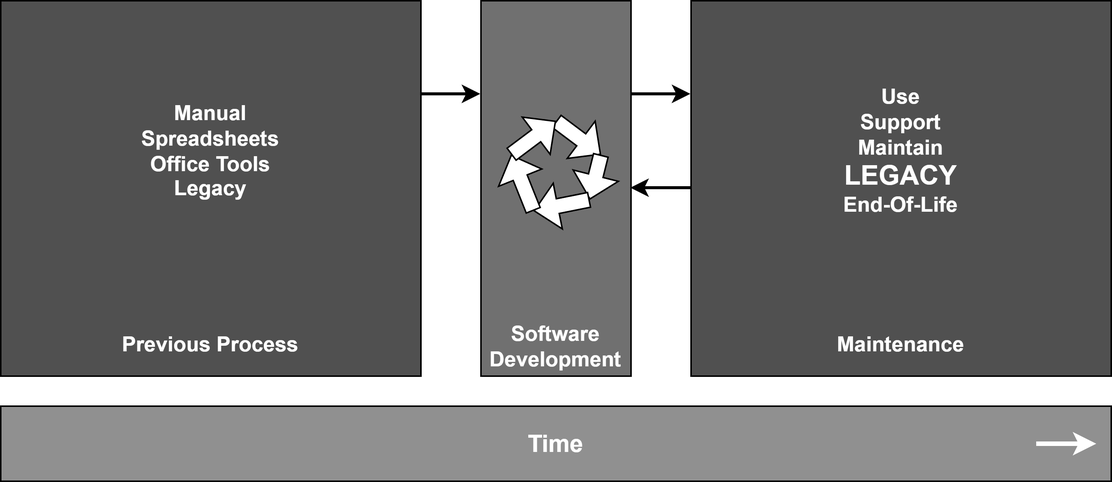
The draw.io diagram figures/annett2019-lifecycle.png in andygruber/master-thesis-mcce, before a commit. Source tidied: cells renumbered, new cells last; positions are measured from the earlier drawing's top-left corner, leaving out a move shared by most shapes.
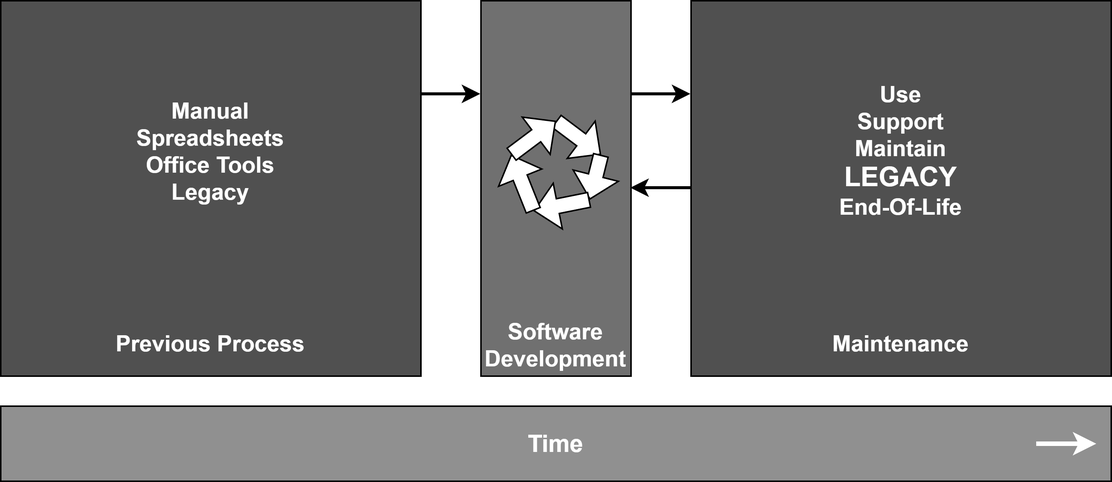
After the commit.

What changed in the source:
```diff
@@ -2,13 +2,13 @@
   <root>
     <mxCell id="0" />
     <mxCell id="1" parent="0" />
-    <mxCell id="2" value="Software&#10;Development" style="rounded=0;whiteSpace=wrap;html=1;fillColor=#707070;strokeColor=#000000;fontColor=#FFFFFF;fontSize=14;fontStyle=1;verticalAlign=bottom;" parent="1" vertex="1">
+    <mxCell id="2" value="&lt;font style=&quot;font-size: 15px;&quot;&gt;Software&lt;br&gt;Development&lt;/font&gt;" style="rounded=0;whiteSpace=wrap;html=1;fillColor=#707070;strokeColor=#000000;fontColor=#FFFFFF;fontSize=14;fontStyle=1;verticalAlign=bottom;" parent="1" vertex="1">
       <mxGeometry x="320" width="100" height="250" as="geometry" />
     </mxCell>
-    <mxCell id="3" value="Previous Process" style="rounded=0;whiteSpace=wrap;html=1;fillColor=#505050;strokeColor=#000000;fontColor=#FFFFFF;fontSize=14;fontStyle=1;verticalAlign=bottom;spacingBottom=10;" parent="1" vertex="1">
+    <mxCell id="3" value="&lt;font style=&quot;font-size: 15px;&quot;&gt;Previous Process&lt;/font&gt;" style="rounded=0;whiteSpace=wrap;html=1;fillColor=#505050;strokeColor=#000000;fontColor=#FFFFFF;fontSize=14;fontStyle=1;verticalAlign=bottom;spacingBottom=10;" parent="1" vertex="1">
       <mxGeometry width="280" height="250" as="geometry" />
     </mxCell>
-    <mxCell id="4" value="Manual&#10;Spreadsheets&#10;Office Tools&#10;Legacy" style="text;html=1;strokeColor=none;fillColor=none;align=center;verticalAlign=middle;whiteSpace=wrap;rounded=0;fontColor=#FFFFFF;fontSize=14;fontStyle=1;" parent="1" vertex="1">
+    <mxCell id="4" value="Manual&#10;Spreadsheets&#10;Office Tools&#10;Legacy" style="text;html=1;strokeColor=none;fillColor=none;align=center;verticalAlign=middle;whiteSpace=wrap;rounded=0;fontColor=#FFFFFF;fontSize=15;fontStyle=1;" parent="1" vertex="1">
       <mxGeometry x="70" y="50" width="140" height="100" as="geometry" />
     </mxCell>
     <mxCell id="5" style="endArrow=classic;html=1;rounded=0;strokeColor=#000000;strokeWidth=2;entryX=0;entryY=0.25;entryDx=0;entryDy=0;exitX=1;exitY=0.25;exitDx=0;exitDy=0;" parent="1" edge="1" source="3" target="2">
@@ -20,10 +20,10 @@
     <mxCell id="7" style="endArrow=none;startArrow=classic;html=1;rounded=0;strokeColor=#000000;strokeWidth=2;entryX=0;entryY=0.5;entryDx=0;entryDy=0;exitX=1;exitY=0.5;exitDx=0;exitDy=0;endFill=0;" parent="1" edge="1" source="2" target="8">
       <mxGeometry relative="1" as="geometry" />
     </mxCell>
-    <mxCell id="8" value="Maintenance" style="rounded=0;whiteSpace=wrap;html=1;fillColor=#505050;strokeColor=#000000;fontColor=#FFFFFF;fontSize=14;fontStyle=1;verticalAlign=bottom;spacingBottom=10;" parent="1" vertex="1">
+    <mxCell id="8" value="&lt;font style=&quot;font-size: 15px;&quot;&gt;Maintenance&lt;/font&gt;" style="rounded=0;whiteSpace=wrap;html=1;fillColor=#505050;strokeColor=#000000;fontColor=#FFFFFF;fontSize=14;fontStyle=1;verticalAlign=bottom;spacingBottom=10;" parent="1" vertex="1">
       <mxGeometry x="460" width="280" height="250" as="geometry" />
     </mxCell>
-    <mxCell id="9" value="&lt;font style=&quot;&quot;&gt;&lt;span style=&quot;font-size: 14px;&quot;&gt;Use&lt;/span&gt;&lt;br&gt;&lt;span style=&quot;font-size: 14px;&quot;&gt;Support&lt;/span&gt;&lt;br&gt;&lt;span style=&quot;font-size: 14px;&quot;&gt;Maintain&lt;/span&gt;&lt;br&gt;&lt;font style=&quot;font-size: 18px;&quot;&gt;LEGACY&lt;/font&gt;&lt;br&gt;&lt;span style=&quot;font-size: 14px;&quot;&gt;End-Of-Life&lt;/span&gt;&lt;/font&gt;" style="text;html=1;strokeColor=none;fillColor=none;align=center;verticalAlign=middle;whiteSpace=wrap;rounded=0;fontColor=#FFFFFF;fontSize=12;fontStyle=1;" parent="1" vertex="1">
+    <mxCell id="9" value="&lt;font&gt;&lt;span&gt;Use&lt;/span&gt;&lt;br&gt;&lt;span&gt;Support&lt;/span&gt;&lt;br&gt;&lt;span&gt;Maintain&lt;/span&gt;&lt;br&gt;&lt;font style=&quot;font-size: 18px;&quot;&gt;LEGACY&lt;/font&gt;&lt;br&gt;&lt;span&gt;End-Of-Life&lt;/span&gt;&lt;/font&gt;" style="text;html=1;strokeColor=none;fillColor=none;align=center;verticalAlign=middle;whiteSpace=wrap;rounded=0;fontColor=#FFFFFF;fontSize=15;fontStyle=1;" parent="1" vertex="1">
       <mxGeometry x="530" y="50" width="140" height="100" as="geometry" />
     </mxCell>
     <mxCell id="10" value="Time" style="rounded=0;whiteSpace=wrap;html=1;fillColor=#909090;strokeColor=#000000;fontColor=#FFFFFF;fontSize=16;fontStyle=1;verticalAlign=middle;" parent="1" vertex="1">
```
